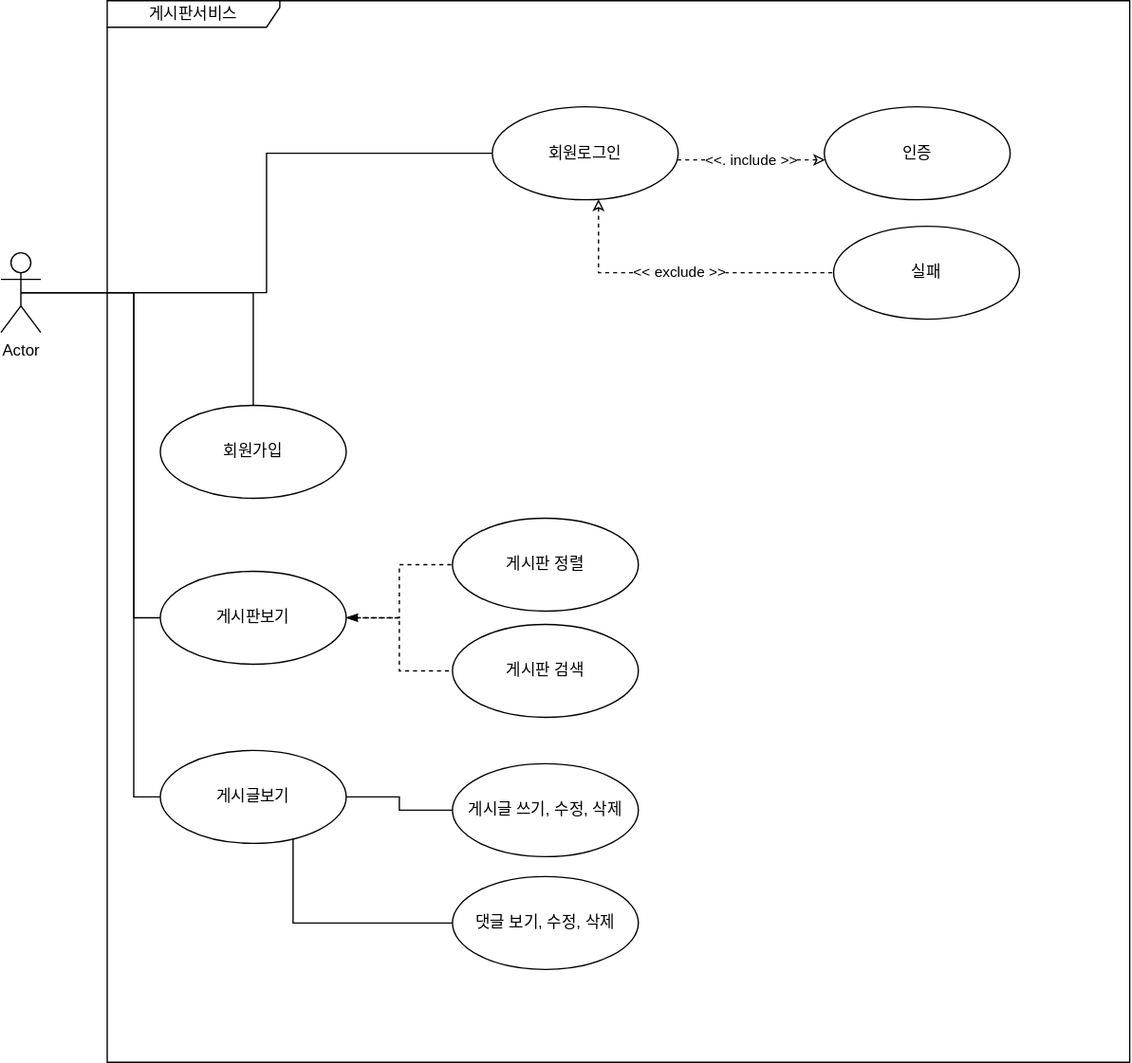
Earlier version of the draw.io export document/usecase.svg (manure391/20221113-ED-BACKEND01). Source tidied: cells renumbered, new cells last; positions are measured from the earlier drawing's top-left corner, leaving out a move shared by most shapes.
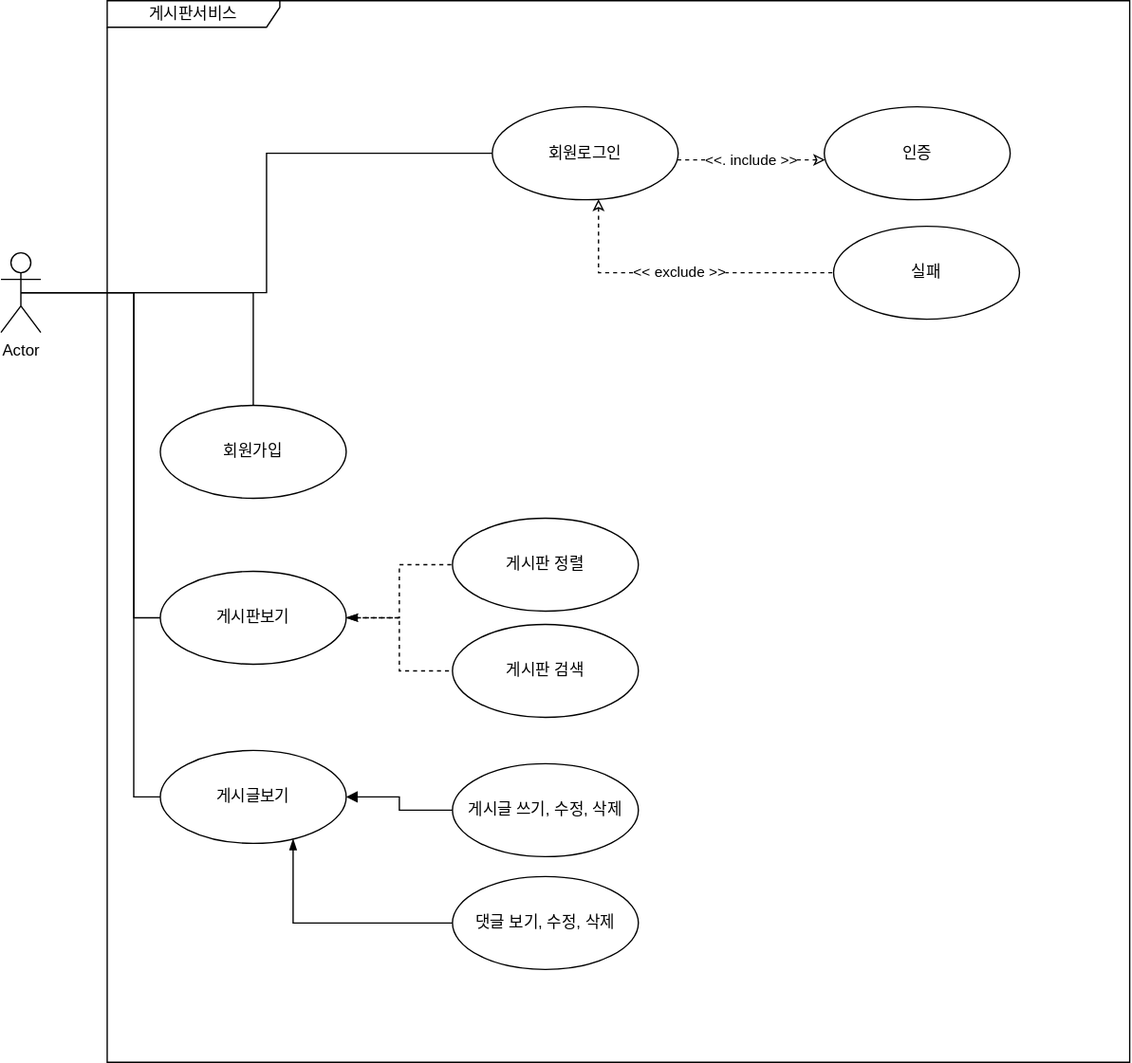
Later version of the same file.

What changed in the source:
```diff
@@ -70,10 +70,10 @@
     <mxCell id="19" style="endArrow=none;html=1;edgeStyle=orthogonalEdgeStyle;rounded=0;dashed=1;startArrow=blockThin;startFill=1;" parent="1" edge="1" source="5" target="10">
       <mxGeometry relative="1" as="geometry" />
     </mxCell>
-    <mxCell id="20" style="endArrow=none;html=1;edgeStyle=orthogonalEdgeStyle;rounded=0;" parent="1" edge="1" source="6" target="12">
+    <mxCell id="20" style="endArrow=none;html=1;edgeStyle=orthogonalEdgeStyle;rounded=0;startArrow=block;startFill=1;" parent="1" edge="1" source="6" target="12">
       <mxGeometry relative="1" as="geometry" />
     </mxCell>
-    <mxCell id="21" style="endArrow=none;html=1;edgeStyle=orthogonalEdgeStyle;rounded=0;" parent="1" edge="1" source="6" target="13">
+    <mxCell id="21" style="endArrow=none;html=1;edgeStyle=orthogonalEdgeStyle;rounded=0;startArrow=blockThin;startFill=1;" parent="1" edge="1" source="6" target="13">
       <mxGeometry relative="1" as="geometry">
         <Array as="points">
           <mxPoint x="220" y="695" />
```
